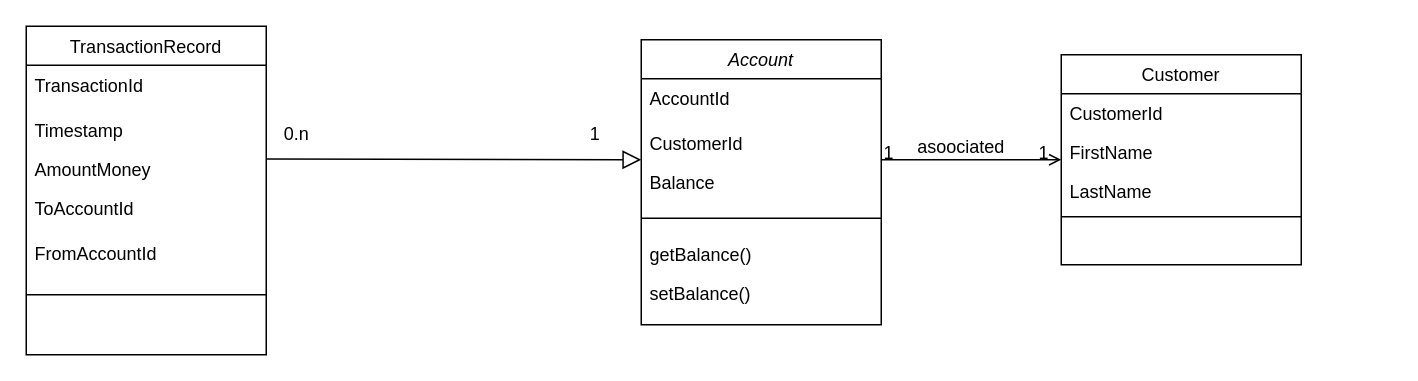
The draw.io diagram Untitled Diagram.drawio in Lukacius/Comp5348-W3-Tut, before the edit. Source tidied: cells renumbered, new cells numbered last; positions are measured from the earlier drawing's top-left corner, leaving out a move shared by most shapes. Both pictures are drawn from the tidied source at 150%, with x=0, y=0 at pixel (26, 26).
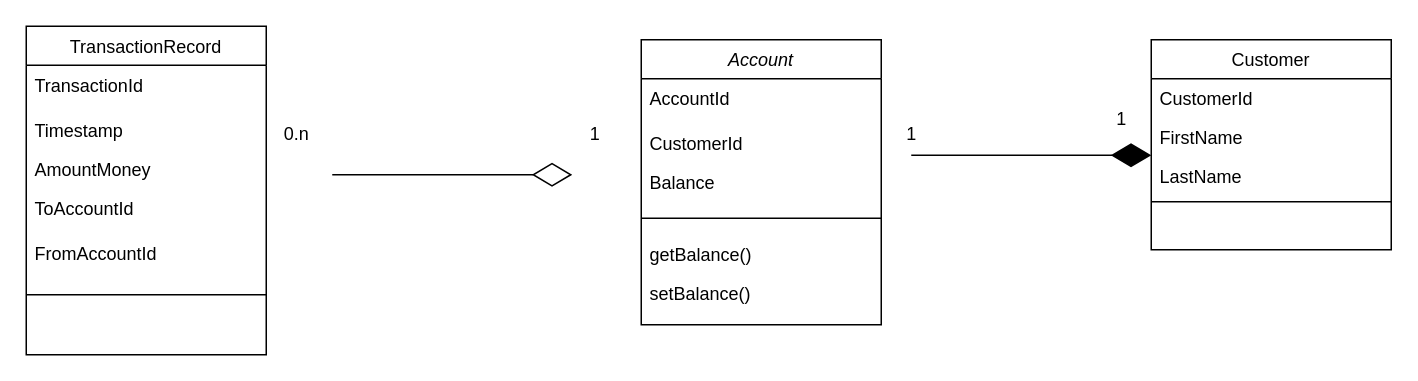
Above is the later version.

Unchanged cells that the change refers to:
```xml
<mxCell id="2" value="Account" style="swimlane;fontStyle=2;align=center;verticalAlign=top;horizontal=1;startSize=26;rounded=0;shadow=0;strokeWidth=1;" parent="1" vertex="1">
  <mxGeometry x="410" y="9" width="160" height="190" as="geometry" />
</mxCell>
```

Change to the diagram source:
```diff
@@
-    <mxCell id="16" style="endArrow=block;endSize=10;endFill=0;shadow=0;strokeWidth=1;rounded=0;curved=0;edgeStyle=elbowEdgeStyle;elbow=vertical;" parent="1" edge="1">
-      <mxGeometry relative="1" as="geometry">
-        <mxPoint x="160" y="88.5" as="sourcePoint" />
-        <mxPoint x="410" y="88.5" as="targetPoint" />
-      </mxGeometry>
-    </mxCell>
     <mxCell id="17" value="Customer" style="swimlane;fontStyle=0;align=center;verticalAlign=top;horizontal=1;startSize=26;rounded=0;shadow=0;strokeWidth=1;" parent="1" vertex="1">
-      <mxGeometry x="690" y="19" width="160" height="140" as="geometry" />
+      <mxGeometry x="750" y="9" width="160" height="140" as="geometry" />
     </mxCell>
@@
-    <mxCell id="22" style="endArrow=open;shadow=0;strokeWidth=1;rounded=0;curved=0;endFill=1;edgeStyle=elbowEdgeStyle;elbow=vertical;" parent="1" edge="1" source="2" target="17">
-      <mxGeometry x="0.5" y="41" relative="1" as="geometry">
-        <mxPoint x="-40" y="32" as="offset" />
-      </mxGeometry>
-    </mxCell>
-    <mxCell id="23" value="1" style="align=left;verticalAlign=bottom;labelBackgroundColor=none;fontSize=12;" parent="22" vertex="1">
-      <mxGeometry x="-1" relative="1" as="geometry">
-        <mxPoint y="4" as="offset" />
-      </mxGeometry>
-    </mxCell>
-    <mxCell id="24" value="1" style="align=right;verticalAlign=bottom;labelBackgroundColor=none;fontSize=12;" parent="22" vertex="1">
-      <mxGeometry x="1" relative="1" as="geometry">
-        <mxPoint x="-7" y="4" as="offset" />
-      </mxGeometry>
-    </mxCell>
-    <mxCell id="25" value="asoociated" style="text;html=1;align=center;verticalAlign=middle;labelBackgroundColor=none;rounded=0;shadow=0;strokeWidth=1;fontSize=12;" parent="22" vertex="1">
-      <mxGeometry x="0.5" y="49" relative="1" as="geometry">
-        <mxPoint x="-38" y="40" as="offset" />
-      </mxGeometry>
-    </mxCell>
@@
+    <mxCell id="28" style="endArrow=diamondThin;endFill=1;endSize=24;html=1;rounded=0;" parent="1" edge="1">
+      <mxGeometry relative="1" as="geometry">
+        <mxPoint x="590" y="86" as="sourcePoint" />
+        <mxPoint x="750" y="86" as="targetPoint" />
+      </mxGeometry>
+    </mxCell>
+    <mxCell id="29" style="endArrow=diamondThin;endFill=0;endSize=24;html=1;rounded=0;" parent="1" edge="1">
+      <mxGeometry relative="1" as="geometry">
+        <mxPoint x="204" y="99" as="sourcePoint" />
+        <mxPoint x="364" y="99" as="targetPoint" />
+      </mxGeometry>
+    </mxCell>
+    <mxCell id="30" value="1" style="text;html=1;align=center;verticalAlign=middle;strokeColor=none;fillColor=none;" parent="1" vertex="1">
+      <mxGeometry x="575" y="57" width="30" height="30" as="geometry" />
+    </mxCell>
+    <mxCell id="31" value="1" style="text;html=1;align=center;verticalAlign=middle;strokeColor=none;fillColor=none;" parent="1" vertex="1">
+      <mxGeometry x="715" y="47" width="30" height="30" as="geometry" />
+    </mxCell>
```
